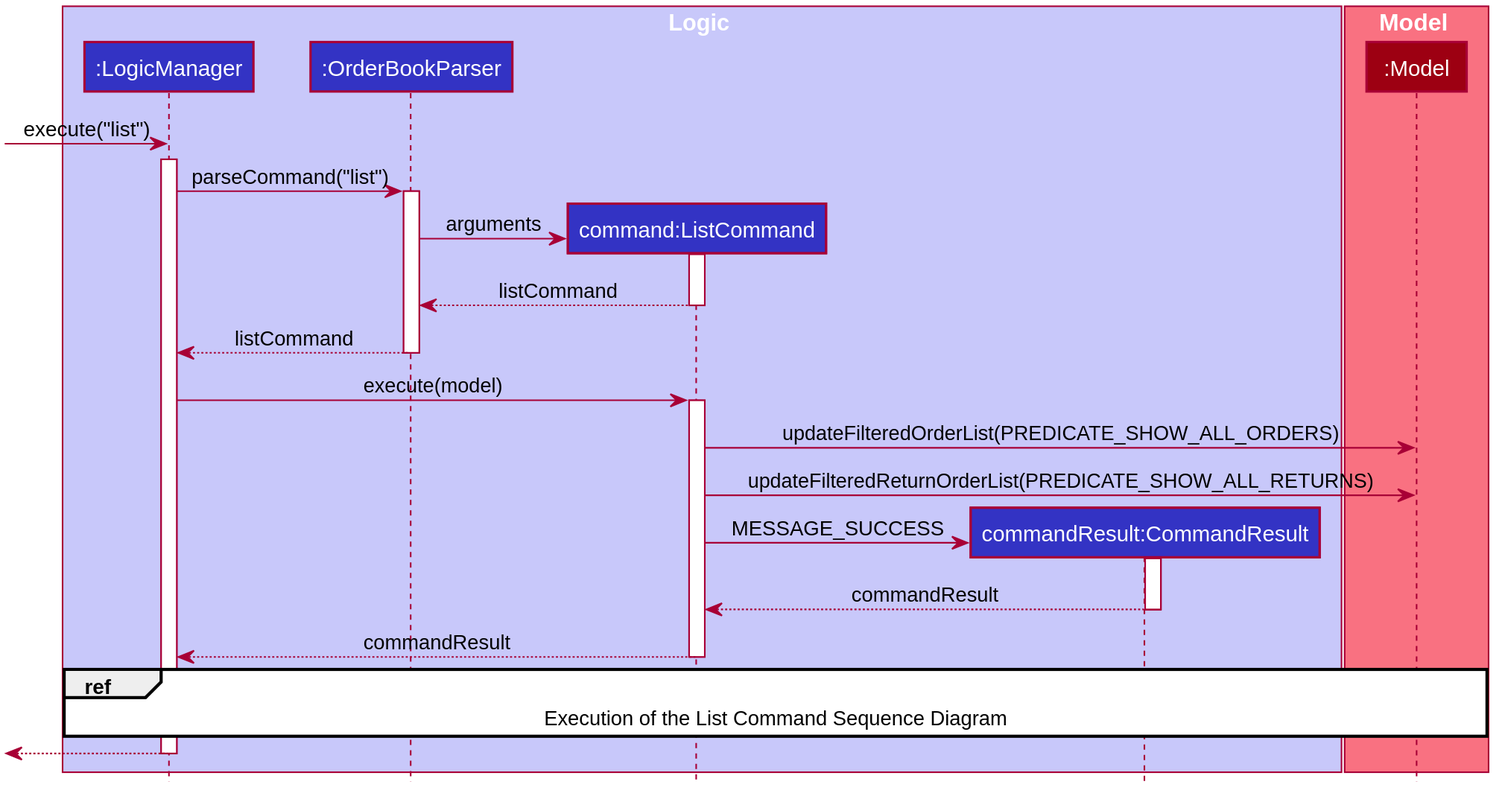
Earlier version of the PlantUML export docs/images/ListCommandSequenceDiagram.svg (nus-cs2103-AY1920S2/addressbook-level3). The source it was exported from:
```plantuml
@startuml








skinparam BackgroundColor #FFFFFFF

skinparam Shadowing false

skinparam Class {
    FontColor #FFFFFF
    BorderThickness 1
    BorderColor #FFFFFF
    StereotypeFontColor #FFFFFF
    FontName Arial
}

skinparam Actor {
    BorderColor #000000
    Color #000000
    FontName Arial
}

skinparam Sequence {
    MessageAlign center
    BoxFontSize 15
    BoxPadding 0
    BoxFontColor #FFFFFF
    FontName Arial
}

skinparam Participant {
    FontColor #FFFFFFF
    Padding 20
}

skinparam MinClassWidth 50
skinparam ParticipantPadding 10
skinparam Shadowing false
skinparam DefaultTextAlignment center
skinparam packageStyle Rectangle

hide footbox
hide members
hide circle
box Logic #C8C8FA
participant ":LogicManager" as LogicManager #3333C4
participant ":OrderBookParser" as OrderBookParser #3333C4
participant "command:ListCommand" as ListCommand #3333C4
participant "commandResult:CommandResult" as CommandResult #3333C4
end box

box Model #F97181
participant ":Model" as Model #9D0012
end box

create LogicManager
[-> LogicManager : execute("list")
activate LogicManager

LogicManager -> OrderBookParser : parseCommand("list")
activate OrderBookParser

create ListCommand

OrderBookParser -> ListCommand ++ : arguments

ListCommand --> OrderBookParser -- : listCommand

OrderBookParser --> LogicManager : listCommand

deactivate OrderBookParser

LogicManager -> ListCommand ++ : execute(model)

ListCommand -> Model : updateFilteredOrderList(PREDICATE_SHOW_ALL_ORDERS)

ListCommand -> Model : updateFilteredReturnOrderList(PREDICATE_SHOW_ALL_RETURNS)

create CommandResult
ListCommand -> CommandResult ++ : MESSAGE_SUCCESS
activate CommandResult
CommandResult --> ListCommand -- : commandResult
deactivate CommandResult

ListCommand --> LogicManager -- : commandResult


deactivate ListCommand

ref over LogicManager,  Model : Execution of the List Command Sequence Diagram
[<--LogicManager
deactivate LogicManager
@enduml
```
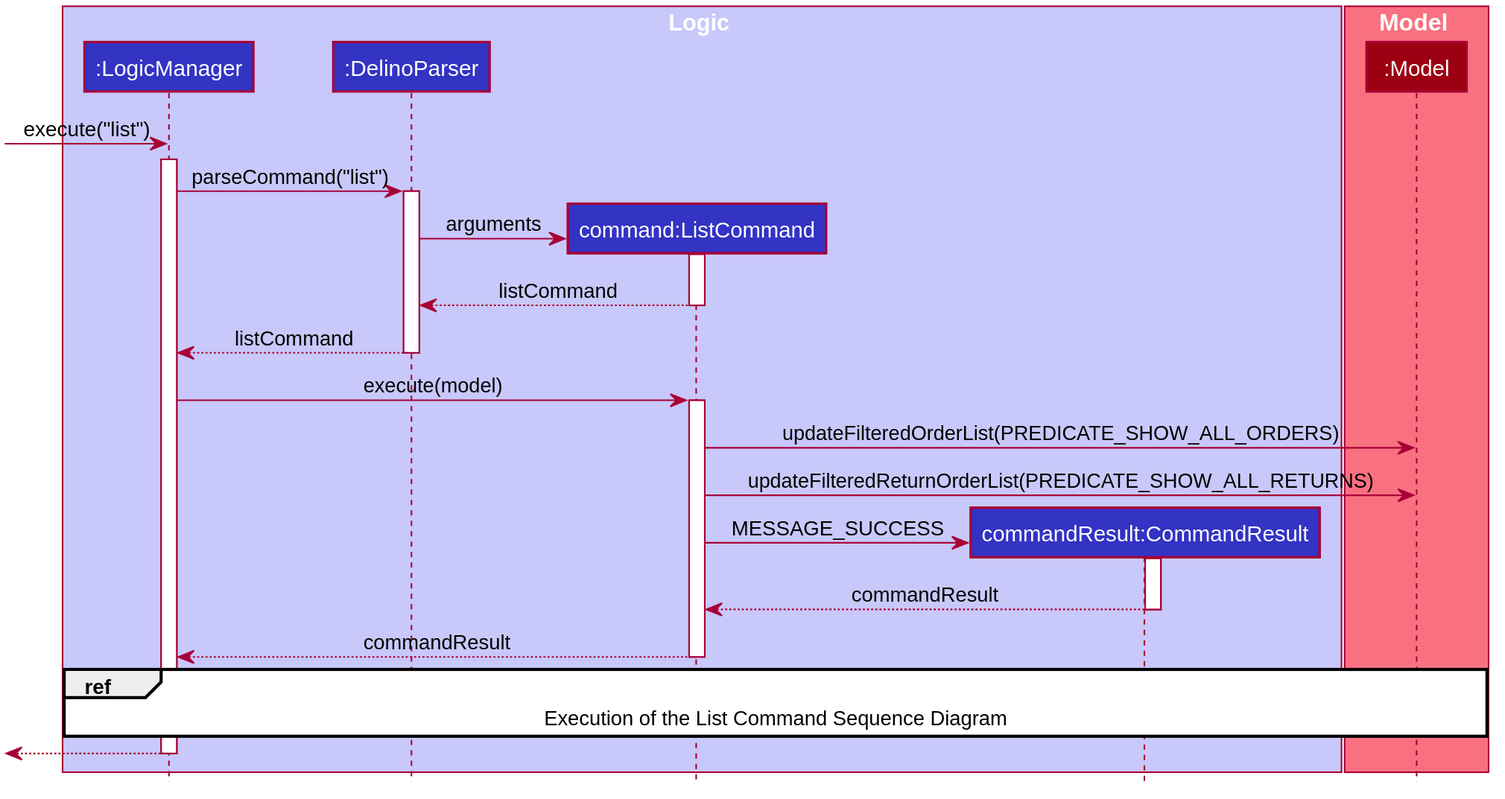
Later version of the same file.

Change to the diagram source:
```diff
@@ -49,7 +49,7 @@
 hide circle
 box Logic #C8C8FA
 participant ":LogicManager" as LogicManager #3333C4
-participant ":OrderBookParser" as OrderBookParser #3333C4
+participant ":DelinoParser" as DelinoParser #3333C4
 participant "command:ListCommand" as ListCommand #3333C4
 participant "commandResult:CommandResult" as CommandResult #3333C4
 end box
@@ -62,18 +62,18 @@
 [-> LogicManager : execute("list")
 activate LogicManager
 
-LogicManager -> OrderBookParser : parseCommand("list")
-activate OrderBookParser
+LogicManager -> DelinoParser : parseCommand("list")
+activate DelinoParser
 
 create ListCommand
 
-OrderBookParser -> ListCommand ++ : arguments
+DelinoParser -> ListCommand ++ : arguments
 
-ListCommand --> OrderBookParser -- : listCommand
+ListCommand --> DelinoParser -- : listCommand
 
-OrderBookParser --> LogicManager : listCommand
+DelinoParser --> LogicManager : listCommand
 
-deactivate OrderBookParser
+deactivate DelinoParser
 
 LogicManager -> ListCommand ++ : execute(model)
 
```
